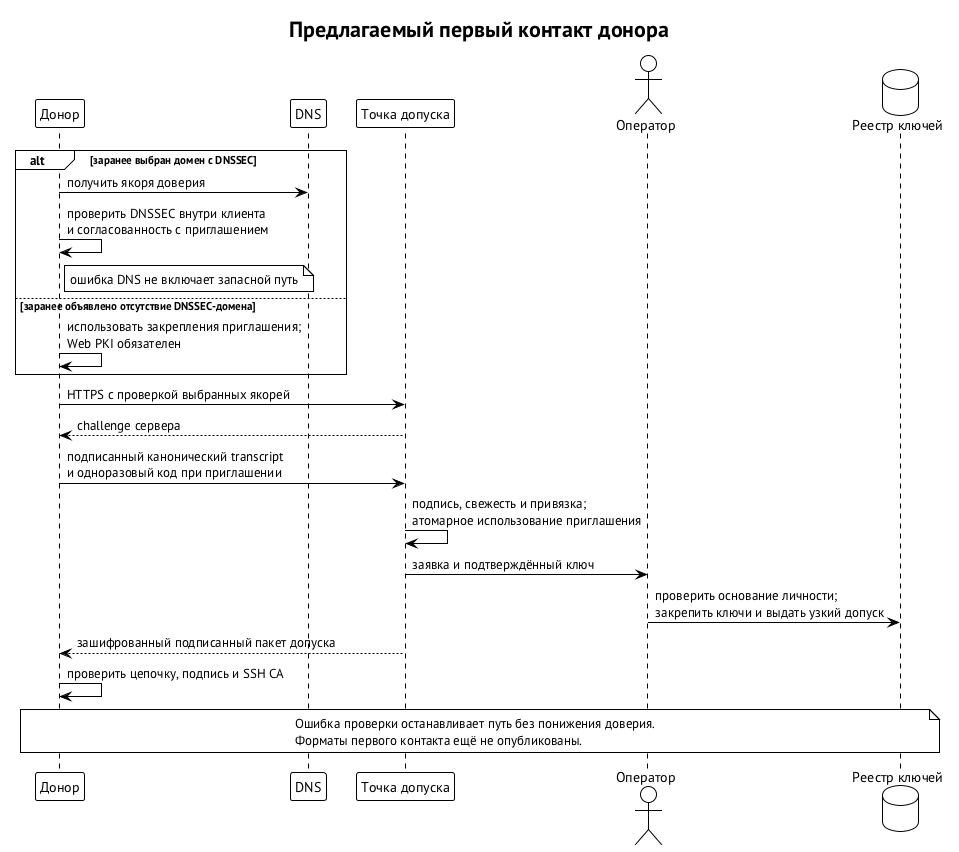
This is book/diagrams/join-handshake.png from relux-works/swarma-docs, a PlantUML export, as it was before one commit.
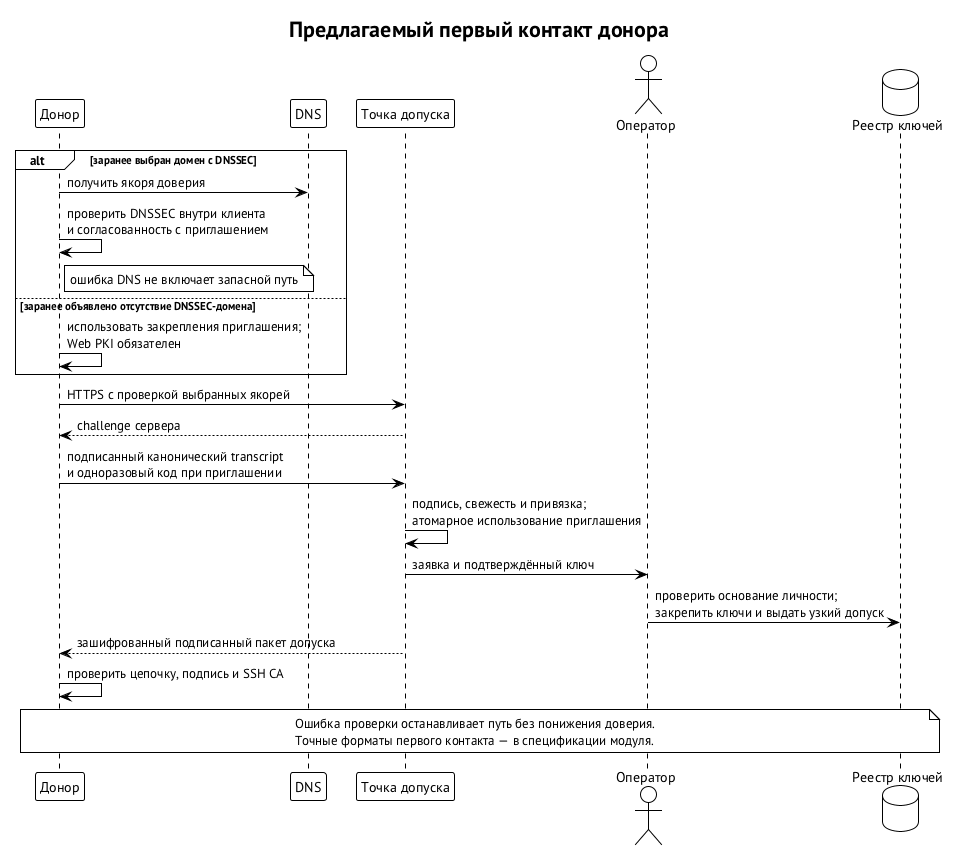
Later version of the same file.

Diff of the diagram source:
```diff
@@ -25,6 +25,6 @@
 C -> C : проверить цепочку, подпись и SSH CA
 note over C, R
   Ошибка проверки останавливает путь без понижения доверия.
-  Форматы первого контакта ещё не опубликованы.
+  Точные форматы первого контакта — в спецификации модуля.
 end note
 @enduml
```
